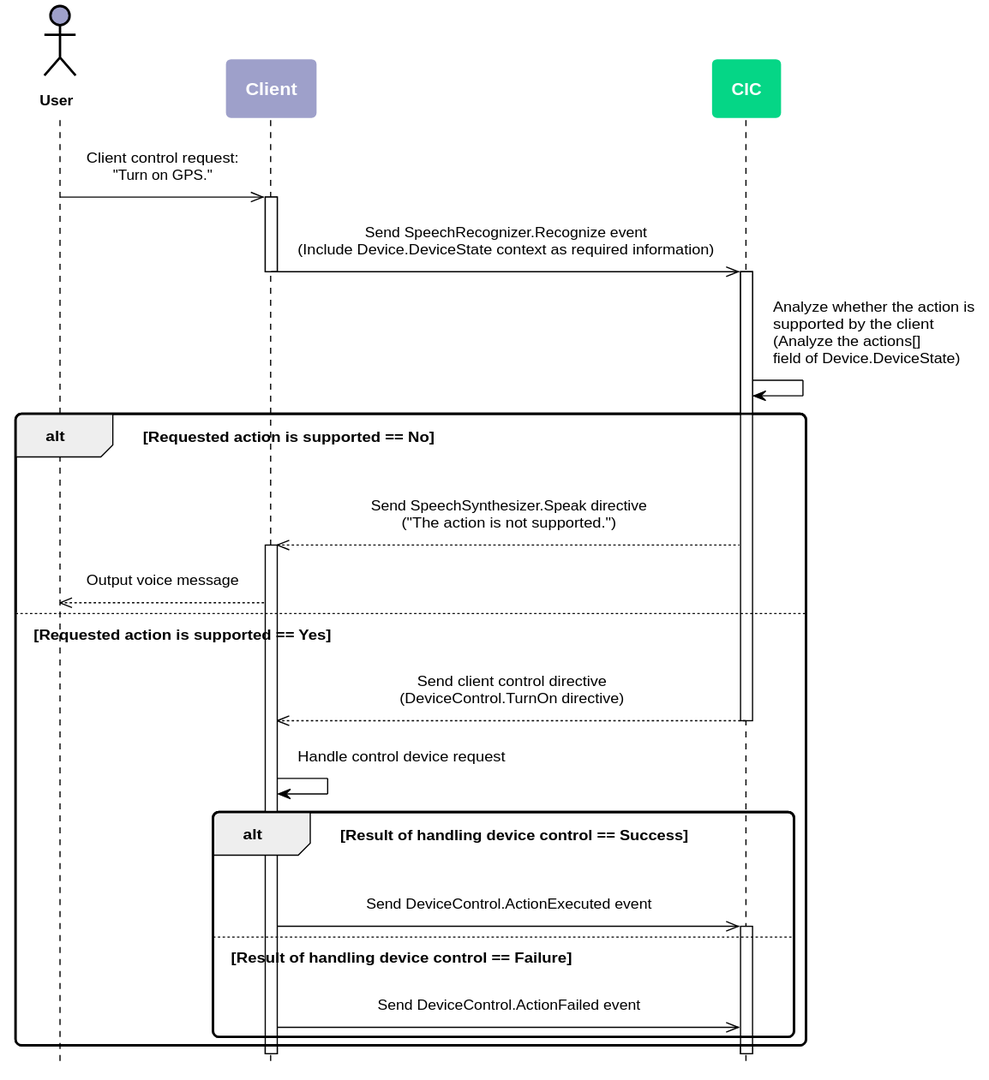
Before: en-KR/Develop/Assets/Images/CIC_DeviceControl_Work_Flow1.svg, a diagram exported from PlantUML (muchokwon/clova-client-developer-guide). The source it was exported from:
```plantuml
@startuml
scale max 880 width
skinparam sequenceMessageAlign center
skinparam shadowing false
skinparam roundcorner 10
skinparam padding 10
skinparam defaultFontSize 12
skinparam sequence {
	ArrowColor #000000
	ActorBorderColor #000000
	ActorFontStyle Bolder

	LifeLineBorderColor #000000
	LifeLineBackgroundColor transparent
	ParticipantBorderColor transparent
	ParticipantFontSize 14
	ParticipantFontColor #ffffff
	ParticipantFontStyle bold

	BoxBorderColor #000000
	BoxFontColor #ffffff
    BoxFontSize 14
    BoxFontStyle bold
}
skinparam note {
	BackgroundColor #9EA0CA
	BorderColor #ffffff
	FontColor #ffffff
	FontSize 14
	FontStyle bold
}
hide footbox

actor User as user #9EA0CA
participant Client as client #9EA0CA
participant CIC as cic #05D686

user ->> client : Client control request:\n"Turn on GPS."

activate client
  client ->> cic : Send SpeechRecognizer.Recognize event\n(Include Device.DeviceState context as required information)

deactivate client

activate cic
  cic -> cic : Analyze whether the action is\nsupported by the client\n(Analyze the actions[]\nfield of Device.DeviceState)

  alt Requested action is supported == No

    cic -->> client : Send SpeechSynthesizer.Speak directive\n("The action is not supported.")

	activate client
    client -->> user : Output voice message

  else Requested action is supported == Yes

    cic -->> client : Send client control directive\n(DeviceControl.TurnOn directive)

	deactivate cic
    client -> client : Handle control device request

    alt Result of handling device control == Success

      client ->> cic : Send DeviceControl.ActionExecuted event

      activate cic

    else Result of handling device control == Failure

      client ->> cic : Send DeviceControl.ActionFailed event

    end

  end

  deactivate client

deactivate cic

@enduml
```
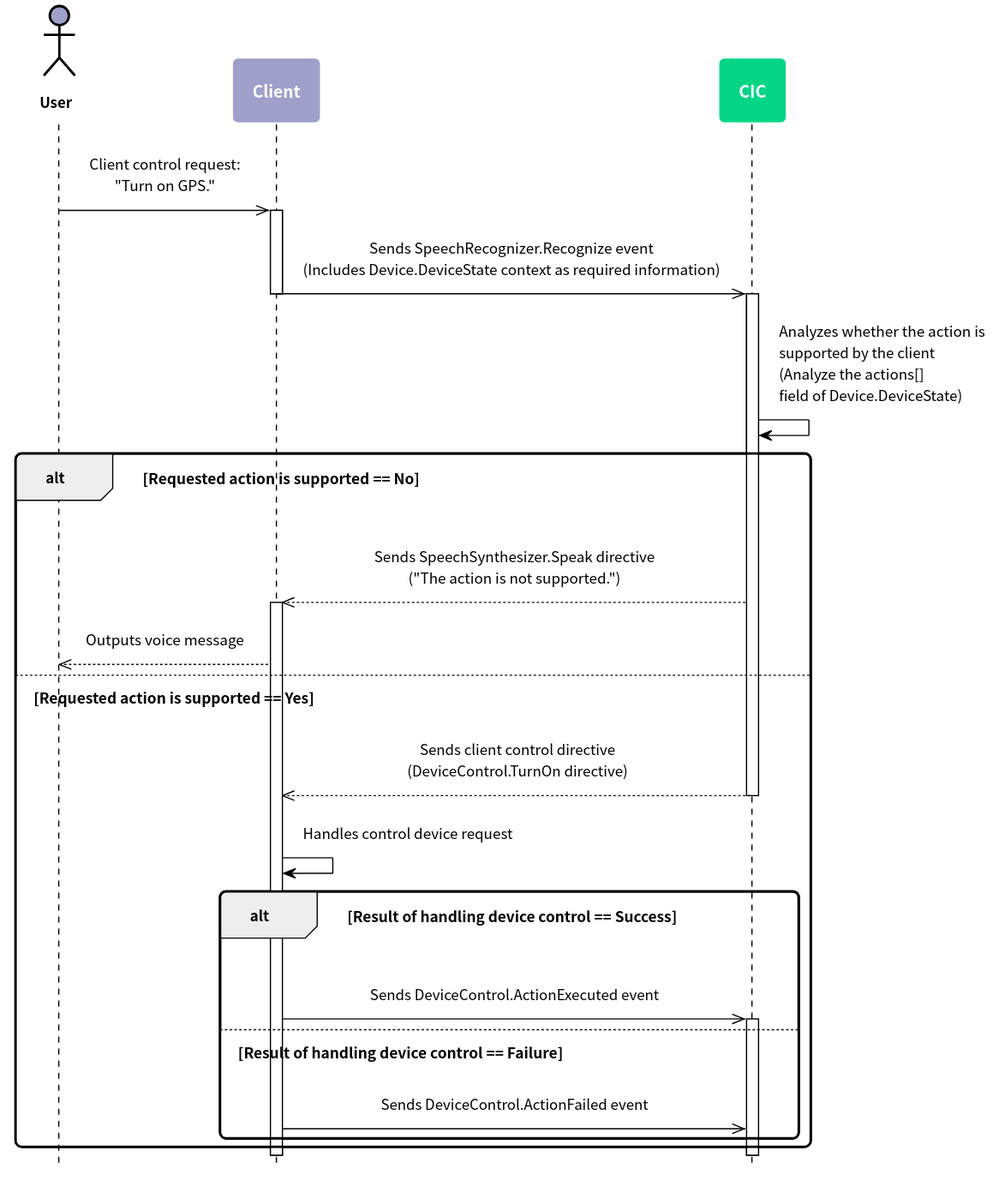
After the change.

The edit, as a diff of the source:
```diff
@@ -5,31 +5,49 @@
 skinparam roundcorner 10
 skinparam padding 10
 skinparam defaultFontSize 12
+skinparam defaultFontName "Noto Sans CJK KR"
+
+skinparam note {
+  BackgroundColor #9EA0CA
+  BorderColor #ffffff
+  FontColor #ffffff
+  FontSize 14
+  FontStyle bold
+}
+
 skinparam sequence {
-	ArrowColor #000000
-	ActorBorderColor #000000
-	ActorFontStyle Bolder
+  ArrowColor #000000
+  ActorBorderColor #000000
+  ActorFontStyle Bolder
 
-	LifeLineBorderColor #000000
-	LifeLineBackgroundColor transparent
-	ParticipantBorderColor transparent
-	ParticipantFontSize 14
-	ParticipantFontColor #ffffff
-	ParticipantFontStyle bold
 
-	BoxBorderColor #000000
-	BoxFontColor #ffffff
+  LifeLineBorderColor #000000
+  LifeLineBackgroundColor transparent
+  ParticipantBorderColor transparent
+  ParticipantFontSize 14
+  ParticipantFontColor #ffffff
+  ParticipantFontStyle bold
+
+  BoxBorderColor #000000
+  BoxFontColor #ffffff
     BoxFontSize 14
     BoxFontStyle bold
 }
-skinparam note {
-	BackgroundColor #9EA0CA
-	BorderColor #ffffff
-	FontColor #ffffff
-	FontSize 14
-	FontStyle bold
+hide footbox
+
+skinparam activity {
+  BackgroundColor #9EA0CA
+  BarColor #ffffff
+  BorderColor #ffffff
+  DiamondBackgroundColor #05D686
+  DiamondBorderColor #ffffff
+  DiamondFontColor #ffffff
+  DiamondFontSize 14
+  DiamondFontStyle bold
+  FontColor #ffffff
+  FontSize 14
+  FontStyle bold
 }
-hide footbox
 
 actor User as user #9EA0CA
 participant Client as client #9EA0CA
@@ -38,36 +56,36 @@
 user ->> client : Client control request:\n"Turn on GPS."
 
 activate client
-  client ->> cic : Send SpeechRecognizer.Recognize event\n(Include Device.DeviceState context as required information)
+  client ->> cic : Sends SpeechRecognizer.Recognize event\n(Includes Device.DeviceState context as required information)
 
 deactivate client
 
 activate cic
-  cic -> cic : Analyze whether the action is\nsupported by the client\n(Analyze the actions[]\nfield of Device.DeviceState)
+  cic -> cic : Analyzes whether the action is\nsupported by the client\n(Analyze the actions[]\nfield of Device.DeviceState)
 
   alt Requested action is supported == No
 
-    cic -->> client : Send SpeechSynthesizer.Speak directive\n("The action is not supported.")
+    cic -->> client : Sends SpeechSynthesizer.Speak directive\n("The action is not supported.")
 
 	activate client
-    client -->> user : Output voice message
+    client -->> user : Outputs voice message
 
   else Requested action is supported == Yes
 
-    cic -->> client : Send client control directive\n(DeviceControl.TurnOn directive)
+    cic -->> client : Sends client control directive\n(DeviceControl.TurnOn directive)
 
 	deactivate cic
-    client -> client : Handle control device request
+    client -> client : Handles control device request
 
     alt Result of handling device control == Success
 
-      client ->> cic : Send DeviceControl.ActionExecuted event
+      client ->> cic : Sends DeviceControl.ActionExecuted event
 
       activate cic
 
     else Result of handling device control == Failure
 
-      client ->> cic : Send DeviceControl.ActionFailed event
+      client ->> cic : Sends DeviceControl.ActionFailed event
 
     end
 
```
